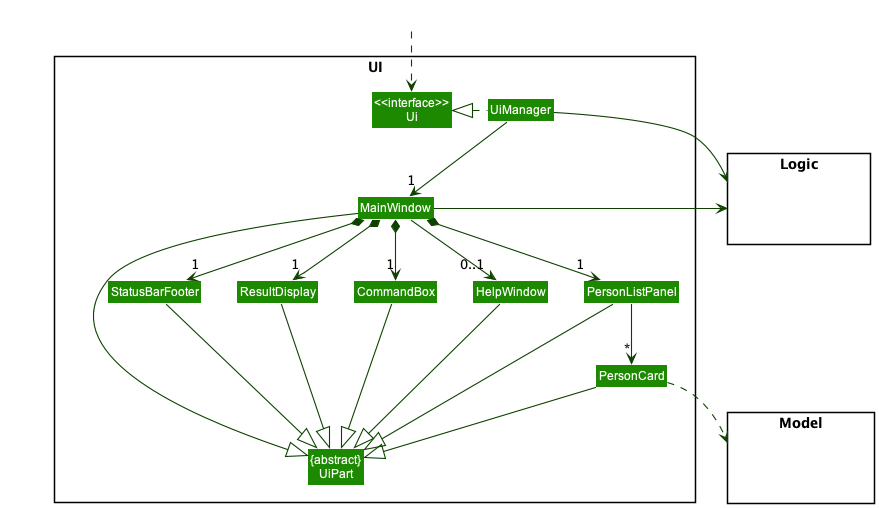
The PlantUML diagram docs/images/UiClassDiagram.png in nus-cs2103-AY2223S1/tp, before a commit.
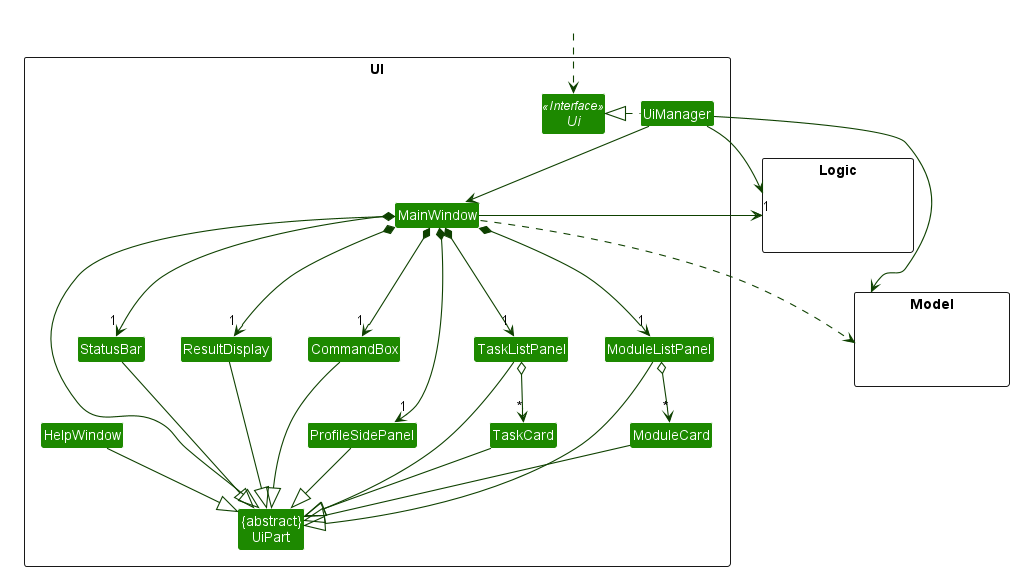
The same diagram one commit later.

What changed in the source:
```diff
@@ -5,16 +5,19 @@
 skinparam classBackgroundColor UI_COLOR
 
 package UI <<Rectangle>>{
-Class "<<interface>>\nUi" as Ui
+Interface Ui <<Interface>>
 Class "{abstract}\nUiPart" as UiPart
 Class UiManager
 Class MainWindow
 Class HelpWindow
 Class ResultDisplay
-Class PersonListPanel
-Class PersonCard
-Class StatusBarFooter
+Class ProfileSidePanel
+Class TaskListPanel
+Class StatusBar
 Class CommandBox
+Class ModuleCard
+Class ModuleListPanel
+Class TaskCard
 }
 
 package Model <<Rectangle>> {
@@ -29,32 +32,35 @@
 HiddenOutside ..> Ui
 
 UiManager .left.|> Ui
-UiManager -down-> "1" MainWindow
-MainWindow *-down->  "1" CommandBox
+UiManager -down-> MainWindow
+MainWindow *-down-> "1" CommandBox
 MainWindow *-down-> "1" ResultDisplay
-MainWindow *-down-> "1" PersonListPanel
-MainWindow *-down-> "1" StatusBarFooter
-MainWindow --> "0..1" HelpWindow
+MainWindow *-down-> "1" StatusBar
+MainWindow *-down-> "1" ProfileSidePanel
+MainWindow *-down-> "1" TaskListPanel
+MainWindow *-down-> "1" ModuleListPanel
 
-PersonListPanel -down-> "*" PersonCard
-
+ModuleListPanel o-down-> "*" ModuleCard
+TaskListPanel o-down-> "*" TaskCard
 MainWindow -left-|> UiPart
 
 ResultDisplay --|> UiPart
 CommandBox --|> UiPart
-PersonListPanel --|> UiPart
-PersonCard --|> UiPart
-StatusBarFooter --|> UiPart
+ModuleListPanel --|> UiPart
+ModuleCard --|> UiPart
+StatusBar --|> UiPart
+ProfileSidePanel --|> UiPart
+TaskListPanel --|> UiPart
+TaskCard --|> UiPart
 HelpWindow --|> UiPart
 
-PersonCard ..> Model
-UiManager -right-> Logic
+UiManager -right-> "1" Logic
+UiManager -left-> Model
+MainWindow ..> Model
 MainWindow -left-> Logic
 
-PersonListPanel -[hidden]left- HelpWindow
-HelpWindow -[hidden]left- CommandBox
 CommandBox -[hidden]left- ResultDisplay
-ResultDisplay -[hidden]left- StatusBarFooter
+ResultDisplay -[hidden]left- StatusBar
 
 MainWindow -[hidden]-|> UiPart
 @enduml
```
